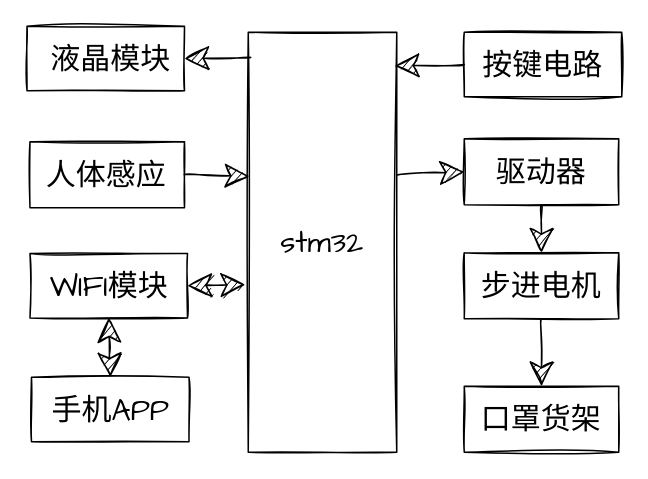
The draw.io diagram 未命名绘图.drawio in overjoyedaccckbuby/-, before the edit. Source tidied: cells renumbered, new cells numbered last; positions are measured from the earlier drawing's top-left corner, leaving out a move shared by most shapes. Both pictures are drawn from the tidied source at 150%, with x=0, y=0 at pixel (27, 26).
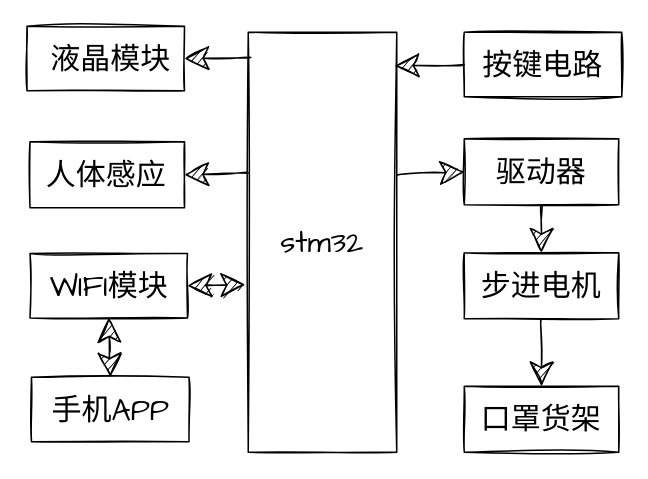
Above is the later version.

Commit message:
毕业设计方案图.drawio

Unchanged cells that the change refers to:
```xml
<mxCell id="4" style="rounded=0;whiteSpace=wrap;html=1;sketch=1;hachureGap=4;fontFamily=Architects Daughter;fontSize=20;" parent="1" vertex="1">
  <mxGeometry x="1.5" y="77" width="103" height="44" as="geometry" />
</mxCell>
<mxCell id="8" value="stm32" style="rounded=0;whiteSpace=wrap;html=1;sketch=1;hachureGap=4;fontFamily=Architects Daughter;fontSize=20;" parent="1" vertex="1">
  <mxGeometry x="147" y="4" width="99" height="280" as="geometry" />
</mxCell>
```

The edit, as a diff of the source:
```diff
@@
-    <mxCell id="15" style="endArrow=classic;html=1;rounded=0;sketch=1;fontFamily=Architects Daughter;fontSize=20;startSize=14;endSize=14;sourcePerimeterSpacing=8;targetPerimeterSpacing=8;edgeStyle=none;curved=1;exitX=1;exitY=0.5;exitDx=0;exitDy=0;entryX=0.008;entryY=0.343;entryDx=0;entryDy=0;entryPerimeter=0;" parent="1" edge="1" source="4" target="8">
+    <mxCell id="15" style="endArrow=classic;html=1;rounded=0;sketch=1;fontFamily=Architects Daughter;fontSize=20;startSize=14;endSize=14;sourcePerimeterSpacing=8;targetPerimeterSpacing=8;edgeStyle=none;curved=1;entryX=1;entryY=0.5;entryDx=0;entryDy=0;exitX=-0.002;exitY=0.336;exitDx=0;exitDy=0;exitPerimeter=0;" parent="1" edge="1" source="8" target="4">
       <mxGeometry relative="1" as="geometry" />
     </mxCell>
```
